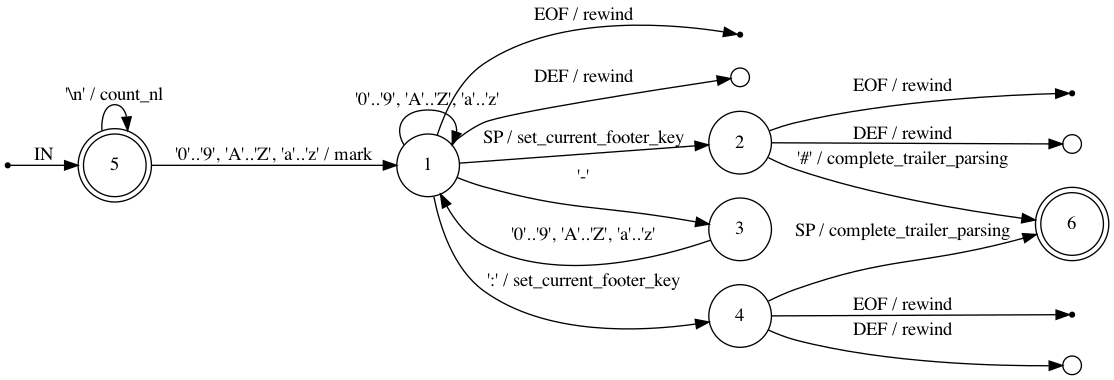
leodido/go-conventionalcommits keeps this Graphviz diagram as parser/docs/trailer_beg.png. Above is the earlier version. Its source is kept beside it as parser/docs/trailer_beg.dot.
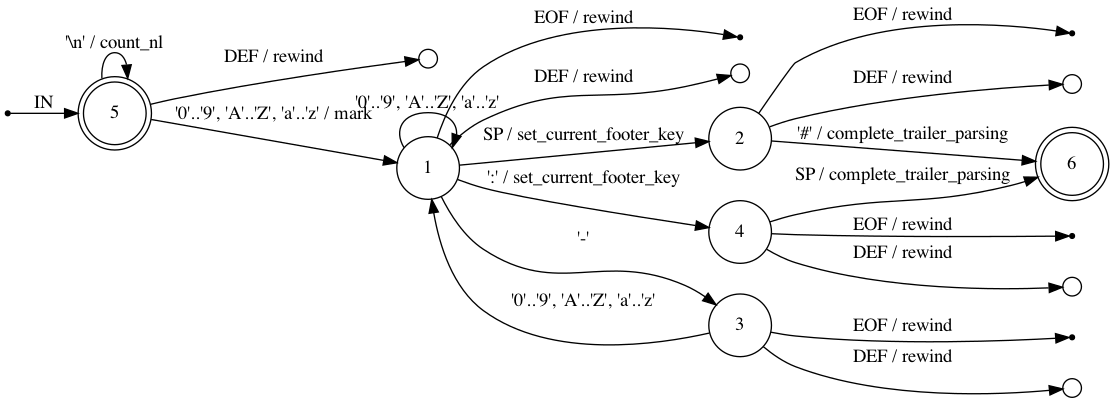
After the commit.

The edit, as a diff of the source:
```diff
@@ -4,11 +4,14 @@
 	ENTRY;
 	eof_1;
 	eof_2;
+	eof_3;
 	eof_4;
 	node [ shape = circle, height = 0.2 ];
 	err_1 [ label=""];
 	err_2 [ label=""];
+	err_3 [ label=""];
 	err_4 [ label=""];
+	err_5 [ label=""];
 	node [ fixedsize = true, height = 0.65, shape = doublecircle ];
 	5;
 	6;
@@ -21,12 +24,15 @@
 	2 -> 6 [ label = "'#' / complete_trailer_parsing" ];
 	2 -> err_2 [ label = "DEF / rewind" ];
 	3 -> 1 [ label = "'0'..'9', 'A'..'Z', 'a'..'z'" ];
+	3 -> err_3 [ label = "DEF / rewind" ];
 	4 -> 6 [ label = "SP / complete_trailer_parsing" ];
 	4 -> err_4 [ label = "DEF / rewind" ];
 	5 -> 5 [ label = "'\\n' / count_nl" ];
 	5 -> 1 [ label = "'0'..'9', 'A'..'Z', 'a'..'z' / mark" ];
+	5 -> err_5 [ label = "DEF / rewind" ];
 	ENTRY -> 5 [ label = "IN" ];
 	1 -> eof_1 [ label = "EOF / rewind" ];
 	2 -> eof_2 [ label = "EOF / rewind" ];
+	3 -> eof_3 [ label = "EOF / rewind" ];
 	4 -> eof_4 [ label = "EOF / rewind" ];
 }
```
